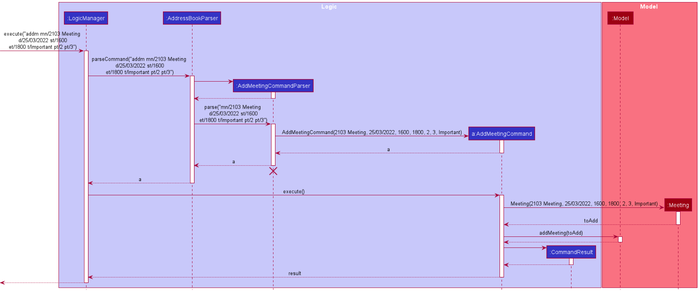
Before: docs/images/AddMeetingSequenceDiagram.png, a diagram exported from PlantUML (tomascherian/tp).
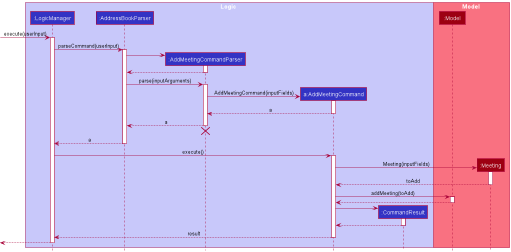
After the commit.

Commit message:
Shorten arguments in AddMeetingSequenceDiagram

The edit, as a diff of the source:
```diff
@@ -1,6 +1,5 @@
 @startuml
 !include style.puml
-scale 2.0
 
 box Logic LOGIC_COLOR_T1
 participant ":LogicManager" as LogicManager LOGIC_COLOR
@@ -15,10 +14,10 @@
 participant ":Meeting" as Meeting MODEL_COLOR
 end box
 
-[-> LogicManager : execute("addm mn/2103 Meeting\n d/25/03/2022 st/1600\n et/1800 t/Important pt/2 pt/3")
+[-> LogicManager : execute(userInput)
 activate LogicManager
 
-LogicManager -> AddressBookParser : parseCommand("addm mn/2103 Meeting\n d/25/03/2022 st/1600\n et/1800 t/Important pt/2 pt/3")
+LogicManager -> AddressBookParser : parseCommand(userInput)
 activate AddressBookParser
 
 create AddMeetingCommandParser
@@ -28,11 +27,11 @@
 AddMeetingCommandParser --> AddressBookParser
 deactivate AddMeetingCommandParser
 
-AddressBookParser -> AddMeetingCommandParser : parse("mn/2103 Meeting\n d/25/03/2022 st/1600\n et/1800 t/Important pt/2 pt/3")
+AddressBookParser -> AddMeetingCommandParser : parse(inputArguments)
 activate AddMeetingCommandParser
 
 create AddMeetingCommand
-AddMeetingCommandParser -> AddMeetingCommand : AddMeetingCommand(2103 Meeting, 25/03/2022, 1600, 1800, 2, 3, Important)
+AddMeetingCommandParser -> AddMeetingCommand : AddMeetingCommand(inputFields)
 activate AddMeetingCommand
 
 AddMeetingCommand --> AddMeetingCommandParser : a
@@ -50,7 +49,7 @@
 activate AddMeetingCommand
 
 create Meeting
-AddMeetingCommand -> Meeting : Meeting(2103 Meeting, 25/03/2022, 1600, 1800, 2, 3, Important)
+AddMeetingCommand -> Meeting : Meeting(inputFields)
 activate Meeting
 
 Meeting --> AddMeetingCommand : toAdd
```
